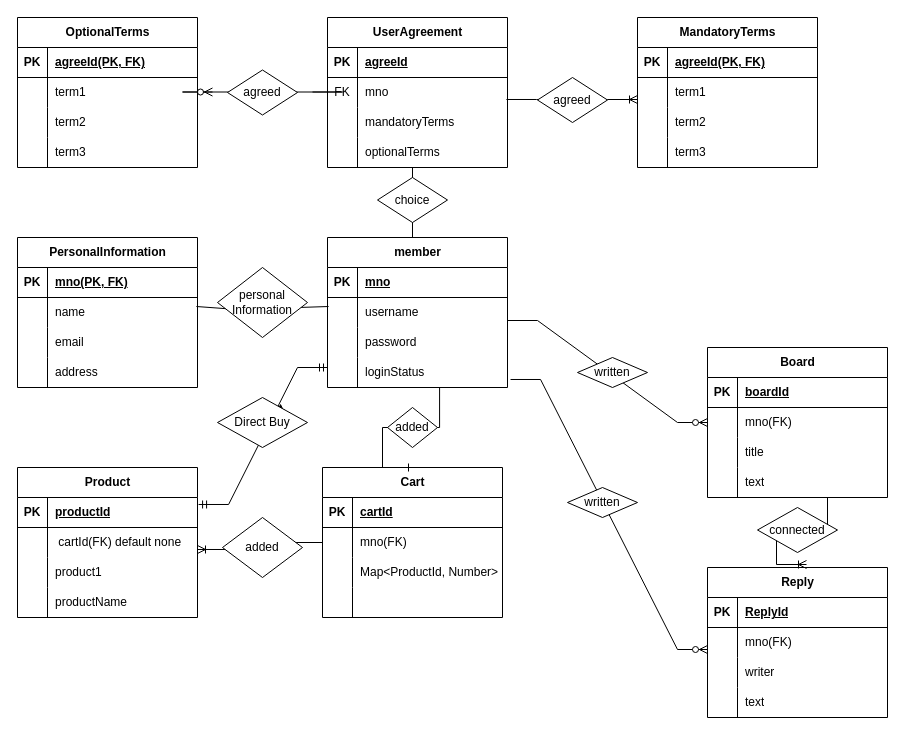
The draw.io diagram ERD/memberERD.drawio in rocket70001/coffee, before the edit. Source tidied: cells renumbered, new cells numbered last; positions are measured from the earlier drawing's top-left corner, leaving out a move shared by most shapes. Both pictures are drawn from the tidied source at 100%, with x=0, y=0 at pixel (17, 17).
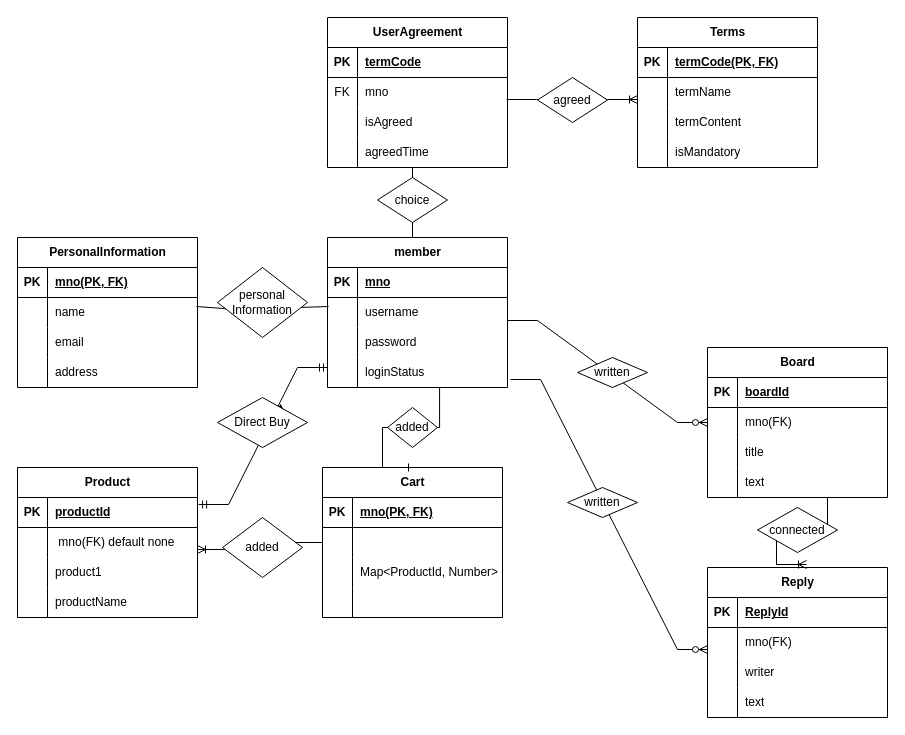
After the change.

Unchanged cells that the change refers to:
```xml
<mxCell id="20" style="shape=tableRow;horizontal=0;startSize=0;swimlaneHead=0;swimlaneBody=0;fillColor=none;top=0;left=0;right=0;bottom=1;" parent="19" vertex="1">
  <mxGeometry y="30" width="180" height="30" as="geometry" />
</mxCell>
<mxCell id="26" style="shape=tableRow;horizontal=0;startSize=0;swimlaneHead=0;swimlaneBody=0;fillColor=none;top=0;left=0;right=0;bottom=0;" parent="19" vertex="1">
  <mxGeometry y="90" width="180" height="30" as="geometry" />
</mxCell>
<mxCell id="29" style="shape=tableRow;horizontal=0;startSize=0;swimlaneHead=0;swimlaneBody=0;fillColor=none;top=0;left=0;right=0;bottom=0;" parent="19" vertex="1">
  <mxGeometry y="120" width="180" height="30" as="geometry" />
</mxCell>
<mxCell id="33" style="shape=tableRow;horizontal=0;startSize=0;swimlaneHead=0;swimlaneBody=0;fillColor=none;top=0;left=0;right=0;bottom=1;" parent="32" vertex="1">
  <mxGeometry y="30" width="180" height="30" as="geometry" />
</mxCell>
<mxCell id="36" style="shape=tableRow;horizontal=0;startSize=0;swimlaneHead=0;swimlaneBody=0;fillColor=none;top=0;left=0;right=0;bottom=0;" parent="32" vertex="1">
  <mxGeometry y="60" width="180" height="30" as="geometry" />
</mxCell>
<mxCell id="39" style="shape=tableRow;horizontal=0;startSize=0;swimlaneHead=0;swimlaneBody=0;fillColor=none;top=0;left=0;right=0;bottom=0;" parent="32" vertex="1">
  <mxGeometry y="90" width="180" height="30" as="geometry" />
</mxCell>
<mxCell id="42" style="shape=tableRow;horizontal=0;startSize=0;swimlaneHead=0;swimlaneBody=0;fillColor=none;top=0;left=0;right=0;bottom=0;" parent="32" vertex="1">
  <mxGeometry y="120" width="180" height="30" as="geometry" />
</mxCell>
<mxCell id="76" style="shape=tableRow;horizontal=0;startSize=0;swimlaneHead=0;swimlaneBody=0;fillColor=none;top=0;left=0;right=0;bottom=1;" parent="75" vertex="1">
  <mxGeometry y="30" width="180" height="30" as="geometry" />
</mxCell>
<mxCell id="79" style="shape=tableRow;horizontal=0;startSize=0;swimlaneHead=0;swimlaneBody=0;fillColor=none;points=[[0,0.5],[1,0.5]];portConstraint=eastwest;top=0;left=0;right=0;bottom=0;" parent="75" vertex="1">
  <mxGeometry y="60" width="180" height="30" as="geometry" />
</mxCell>
<mxCell id="92" style="shape=tableRow;horizontal=0;startSize=0;swimlaneHead=0;swimlaneBody=0;fillColor=none;points=[[0,0.5],[1,0.5]];portConstraint=eastwest;top=0;left=0;right=0;bottom=0;" parent="88" vertex="1">
  <mxGeometry y="60" width="180" height="30" as="geometry" />
</mxCell>
```

Diff of the diagram source:
```diff
@@
-    <mxCell id="2" style="edgeStyle=entityRelationEdgeStyle;fontSize=12;html=1;endArrow=ERzeroToMany;endFill=1;rounded=0;" parent="1" edge="1">
-      <mxGeometry relative="1" as="geometry">
-        <mxPoint x="295" y="74.5" as="sourcePoint" />
-        <mxPoint x="195" y="74.5" as="targetPoint" />
-        <Array as="points">
-          <mxPoint x="180" y="75" />
-        </Array>
-      </mxGeometry>
-    </mxCell>
@@
-    <mxCell id="22" value="agreeId" style="shape=partialRectangle;fillColor=none;top=0;left=0;bottom=0;right=0;align=left;spacingLeft=6;fontStyle=5;overflow=hidden;whiteSpace=wrap;html=1;" parent="20" vertex="1">
+    <mxCell id="22" value="termCode" style="shape=partialRectangle;fillColor=none;top=0;left=0;bottom=0;right=0;align=left;spacingLeft=6;fontStyle=5;overflow=hidden;whiteSpace=wrap;html=1;" parent="20" vertex="1">
       <mxGeometry x="30" width="150" height="30" as="geometry" />
     </mxCell>
@@
-    <mxCell id="28" value="mandatoryTerms" style="shape=partialRectangle;fillColor=none;top=0;left=0;bottom=0;right=0;align=left;spacingLeft=6;overflow=hidden;whiteSpace=wrap;html=1;" parent="26" vertex="1">
+    <mxCell id="28" value="isAgreed" style="shape=partialRectangle;fillColor=none;top=0;left=0;bottom=0;right=0;align=left;spacingLeft=6;overflow=hidden;whiteSpace=wrap;html=1;" parent="26" vertex="1">
       <mxGeometry x="30" width="150" height="30" as="geometry" />
     </mxCell>
@@
-    <mxCell id="31" value="optionalTerms" style="shape=partialRectangle;fillColor=none;top=0;left=0;bottom=0;right=0;align=left;spacingLeft=6;overflow=hidden;whiteSpace=wrap;html=1;" parent="29" vertex="1">
+    <mxCell id="31" value="agreedTime" style="shape=partialRectangle;fillColor=none;top=0;left=0;bottom=0;right=0;align=left;spacingLeft=6;overflow=hidden;whiteSpace=wrap;html=1;" parent="29" vertex="1">
       <mxGeometry x="30" width="150" height="30" as="geometry" />
     </mxCell>
-    <mxCell id="32" value="MandatoryTerms" style="shape=table;startSize=30;childLayout=tableLayout;rowLines=0;fontStyle=1;align=center;html=1;" parent="1" vertex="1">
+    <mxCell id="32" value="Terms" style="shape=table;startSize=30;childLayout=tableLayout;rowLines=0;fontStyle=1;align=center;html=1;" parent="1" vertex="1">
       <mxGeometry x="620" width="180" height="150" as="geometry" />
     </mxCell>
@@
-    <mxCell id="35" value="agreeId(PK, FK)" style="shape=partialRectangle;fillColor=none;top=0;left=0;bottom=0;right=0;align=left;spacingLeft=6;fontStyle=5;overflow=hidden;whiteSpace=wrap;html=1;" parent="33" vertex="1">
+    <mxCell id="35" value="termCode(PK, FK)" style="shape=partialRectangle;fillColor=none;top=0;left=0;bottom=0;right=0;align=left;spacingLeft=6;fontStyle=5;overflow=hidden;whiteSpace=wrap;html=1;" parent="33" vertex="1">
       <mxGeometry x="30" width="150" height="30" as="geometry" />
     </mxCell>
@@
-    <mxCell id="38" value="term1" style="shape=partialRectangle;fillColor=none;top=0;left=0;bottom=0;right=0;align=left;spacingLeft=6;overflow=hidden;whiteSpace=wrap;html=1;" parent="36" vertex="1">
+    <mxCell id="38" value="termName" style="shape=partialRectangle;fillColor=none;top=0;left=0;bottom=0;right=0;align=left;spacingLeft=6;overflow=hidden;whiteSpace=wrap;html=1;" parent="36" vertex="1">
       <mxGeometry x="30" width="150" height="30" as="geometry" />
     </mxCell>
@@
-    <mxCell id="41" value="term2" style="shape=partialRectangle;fillColor=none;top=0;left=0;bottom=0;right=0;align=left;spacingLeft=6;overflow=hidden;whiteSpace=wrap;html=1;" parent="39" vertex="1">
+    <mxCell id="41" value="termContent" style="shape=partialRectangle;fillColor=none;top=0;left=0;bottom=0;right=0;align=left;spacingLeft=6;overflow=hidden;whiteSpace=wrap;html=1;" parent="39" vertex="1">
       <mxGeometry x="30" width="150" height="30" as="geometry" />
     </mxCell>
@@
-    <mxCell id="44" value="term3" style="shape=partialRectangle;fillColor=none;top=0;left=0;bottom=0;right=0;align=left;spacingLeft=6;overflow=hidden;whiteSpace=wrap;html=1;" parent="42" vertex="1">
+    <mxCell id="44" value="isMandatory" style="shape=partialRectangle;fillColor=none;top=0;left=0;bottom=0;right=0;align=left;spacingLeft=6;overflow=hidden;whiteSpace=wrap;html=1;" parent="42" vertex="1">
       <mxGeometry x="30" width="150" height="30" as="geometry" />
     </mxCell>
-    <mxCell id="45" value="OptionalTerms" style="shape=table;startSize=30;childLayout=tableLayout;rowLines=0;fontStyle=1;align=center;html=1;" parent="1" vertex="1">
-      <mxGeometry width="180" height="150" as="geometry" />
-    </mxCell>
-    <mxCell id="46" style="shape=tableRow;horizontal=0;startSize=0;swimlaneHead=0;swimlaneBody=0;fillColor=none;top=0;left=0;right=0;bottom=1;" parent="45" vertex="1">
-      <mxGeometry y="30" width="180" height="30" as="geometry" />
-    </mxCell>
-    <mxCell id="47" value="PK" style="shape=partialRectangle;fillColor=none;top=0;left=0;bottom=0;right=0;fontStyle=1;overflow=hidden;whiteSpace=wrap;html=1;" parent="46" vertex="1">
-      <mxGeometry width="30" height="30" as="geometry" />
-    </mxCell>
-    <mxCell id="48" value="agreeId(PK, FK)" style="shape=partialRectangle;fillColor=none;top=0;left=0;bottom=0;right=0;align=left;spacingLeft=6;fontStyle=5;overflow=hidden;whiteSpace=wrap;html=1;" parent="46" vertex="1">
-      <mxGeometry x="30" width="150" height="30" as="geometry" />
-    </mxCell>
-    <mxCell id="49" style="shape=tableRow;horizontal=0;startSize=0;swimlaneHead=0;swimlaneBody=0;fillColor=none;top=0;left=0;right=0;bottom=0;" parent="45" vertex="1">
-      <mxGeometry y="60" width="180" height="30" as="geometry" />
-    </mxCell>
-    <mxCell id="50" style="shape=partialRectangle;fillColor=none;top=0;left=0;bottom=0;right=0;overflow=hidden;whiteSpace=wrap;html=1;" parent="49" vertex="1">
-      <mxGeometry width="30" height="30" as="geometry" />
-    </mxCell>
-    <mxCell id="51" value="term1" style="shape=partialRectangle;fillColor=none;top=0;left=0;bottom=0;right=0;align=left;spacingLeft=6;overflow=hidden;whiteSpace=wrap;html=1;" parent="49" vertex="1">
-      <mxGeometry x="30" width="150" height="30" as="geometry" />
-    </mxCell>
-    <mxCell id="52" style="shape=tableRow;horizontal=0;startSize=0;swimlaneHead=0;swimlaneBody=0;fillColor=none;top=0;left=0;right=0;bottom=0;" parent="45" vertex="1">
-      <mxGeometry y="90" width="180" height="30" as="geometry" />
-    </mxCell>
-    <mxCell id="53" style="shape=partialRectangle;fillColor=none;top=0;left=0;bottom=0;right=0;overflow=hidden;whiteSpace=wrap;html=1;" parent="52" vertex="1">
-      <mxGeometry width="30" height="30" as="geometry" />
-    </mxCell>
-    <mxCell id="54" value="term2" style="shape=partialRectangle;fillColor=none;top=0;left=0;bottom=0;right=0;align=left;spacingLeft=6;overflow=hidden;whiteSpace=wrap;html=1;" parent="52" vertex="1">
-      <mxGeometry x="30" width="150" height="30" as="geometry" />
-    </mxCell>
-    <mxCell id="55" style="shape=tableRow;horizontal=0;startSize=0;swimlaneHead=0;swimlaneBody=0;fillColor=none;top=0;left=0;right=0;bottom=0;" parent="45" vertex="1">
-      <mxGeometry y="120" width="180" height="30" as="geometry" />
-    </mxCell>
-    <mxCell id="56" style="shape=partialRectangle;fillColor=none;top=0;left=0;bottom=0;right=0;overflow=hidden;whiteSpace=wrap;html=1;" parent="55" vertex="1">
-      <mxGeometry width="30" height="30" as="geometry" />
-    </mxCell>
-    <mxCell id="57" value="term3" style="shape=partialRectangle;fillColor=none;top=0;left=0;bottom=0;right=0;align=left;spacingLeft=6;overflow=hidden;whiteSpace=wrap;html=1;" parent="55" vertex="1">
-      <mxGeometry x="30" width="150" height="30" as="geometry" />
-    </mxCell>
@@
-    <mxCell id="72" value="agreed" style="shape=rhombus;perimeter=rhombusPerimeter;whiteSpace=wrap;html=1;align=center;" parent="1" vertex="1">
-      <mxGeometry x="210" y="52.5" width="70" height="45" as="geometry" />
-    </mxCell>
@@
-    <mxCell id="78" value="cartId" style="shape=partialRectangle;fillColor=none;top=0;left=0;bottom=0;right=0;align=left;spacingLeft=6;fontStyle=5;overflow=hidden;whiteSpace=wrap;html=1;" parent="76" vertex="1">
+    <mxCell id="78" value="mno(PK, FK)" style="shape=partialRectangle;fillColor=none;top=0;left=0;bottom=0;right=0;align=left;spacingLeft=6;fontStyle=5;overflow=hidden;whiteSpace=wrap;html=1;" parent="76" vertex="1">
       <mxGeometry x="30" width="150" height="30" as="geometry" />
     </mxCell>
@@
-    <mxCell id="81" value="mno(FK)" style="shape=partialRectangle;fillColor=none;top=0;left=0;bottom=0;right=0;align=left;spacingLeft=6;overflow=hidden;whiteSpace=wrap;html=1;" parent="79" vertex="1">
+    <mxCell id="81" style="shape=partialRectangle;fillColor=none;top=0;left=0;bottom=0;right=0;align=left;spacingLeft=6;overflow=hidden;whiteSpace=wrap;html=1;" parent="79" vertex="1">
       <mxGeometry x="30" width="150" height="30" as="geometry" />
     </mxCell>
@@
-    <mxCell id="94" value="&amp;nbsp;cartId(FK) default none" style="shape=partialRectangle;fillColor=none;top=0;left=0;bottom=0;right=0;align=left;spacingLeft=6;overflow=hidden;whiteSpace=wrap;html=1;" parent="92" vertex="1">
+    <mxCell id="94" value="&amp;nbsp;mno(FK) default none" style="shape=partialRectangle;fillColor=none;top=0;left=0;bottom=0;right=0;align=left;spacingLeft=6;overflow=hidden;whiteSpace=wrap;html=1;" parent="92" vertex="1">
       <mxGeometry x="30" width="150" height="30" as="geometry" />
     </mxCell>
```
